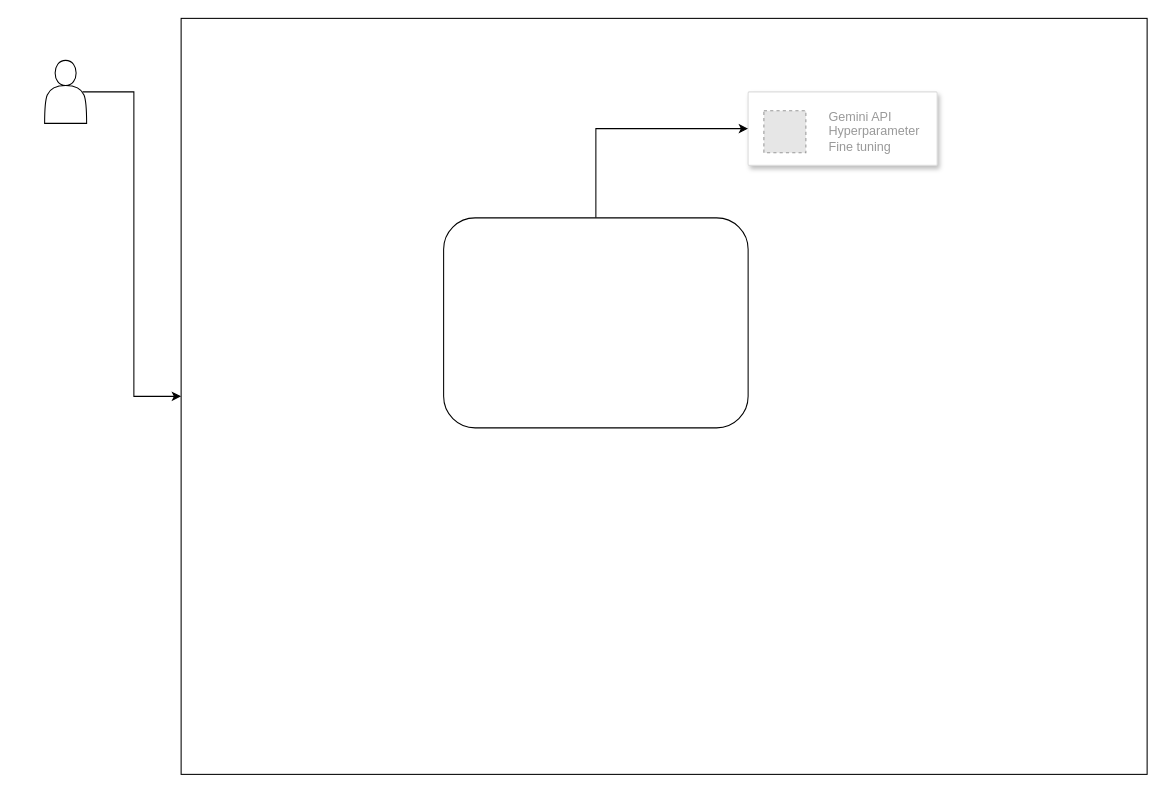
Earlier version of the draw.io diagram Untitled Diagram.drawio (KanishkJagya1/Text-Editor). Source tidied: cells renumbered, new cells numbered last; positions are measured from the earlier drawing's top-left corner, leaving out a move shared by most shapes. Both pictures are drawn from the tidied source at 105%, with x=0, y=0 at pixel (44, 18). Pictures stored in the file or linked from it are replaced by grey dashed boxes.
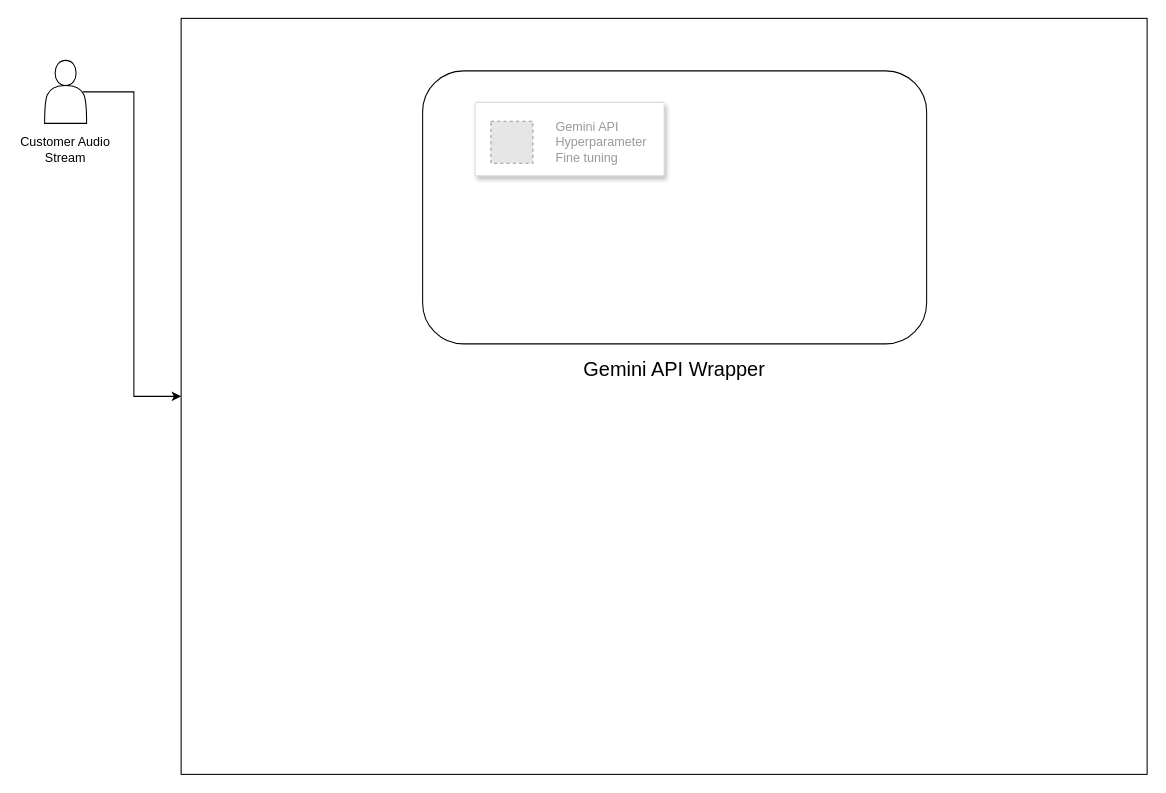
The same diagram, later.

Commit message:
Gemini API wrapper diagram

What changed in the source:
```diff
@@
 <mxGraphModel>
   <root>
     <mxCell id="0" />
     <mxCell id="1" parent="0" />
     <mxCell id="2" style="edgeStyle=orthogonalEdgeStyle;rounded=0;jettySize=auto;html=1;exitX=0.9;exitY=0.5;exitDx=0;exitDy=0;exitPerimeter=0;entryX=0;entryY=0.5;entryDx=0;entryDy=0;" parent="1" edge="1" source="3" target="4">
       <mxGeometry relative="1" as="geometry" />
     </mxCell>
     <mxCell id="3" style="shape=actor;whiteSpace=wrap;html=1;" parent="1" vertex="1">
       <mxGeometry y="40" width="40" height="60" as="geometry" />
     </mxCell>
     <mxCell id="4" style="rounded=0;whiteSpace=wrap;html=1;" parent="1" vertex="1">
       <mxGeometry x="130" width="920" height="720" as="geometry" />
     </mxCell>
-    <mxCell id="5" style="strokeColor=#dddddd;shadow=1;strokeWidth=1;rounded=1;absoluteArcSize=1;arcSize=2;" parent="1" vertex="1">
-      <mxGeometry x="670" y="70" width="180" height="70" as="geometry" />
-    </mxCell>
+    <mxCell id="9" value="Customer Audio Stream" style="text;html=1;align=center;verticalAlign=middle;whiteSpace=wrap;rounded=0;" parent="1" vertex="1">
+      <mxGeometry x="-25" y="110" width="90" height="30" as="geometry" />
+    </mxCell>
+    <mxCell id="10" style="rounded=1;whiteSpace=wrap;html=1;" parent="1" vertex="1">
+      <mxGeometry x="360" y="50" width="480" height="260" as="geometry" />
+    </mxCell>
+    <mxCell id="11" style="strokeColor=#dddddd;shadow=1;strokeWidth=1;rounded=1;absoluteArcSize=1;arcSize=2;" parent="1" vertex="1">
+      <mxGeometry x="410" y="80" width="180" height="70" as="geometry" />
+    </mxCell>
-    <mxCell id="6" value="Gemini API&lt;div&gt;Hyperparameter&lt;/div&gt;&lt;div&gt;Fine tuning&lt;/div&gt;" style="fillColor=#E6E6E6;strokeColor=#999999;dashed=1;html=1;fontColor=#999999;verticalLabelPosition=middle;verticalAlign=middle;labelPosition=right;align=left;spacingLeft=20;" parent="5" vertex="1">
+    <mxCell id="6" value="Gemini API&lt;div&gt;Hyperparameter&lt;/div&gt;&lt;div&gt;Fine tuning&lt;/div&gt;" style="fillColor=#E6E6E6;strokeColor=#999999;dashed=1;html=1;fontColor=#999999;verticalLabelPosition=middle;verticalAlign=middle;labelPosition=right;align=left;spacingLeft=20;" parent="11" vertex="1">
       <mxGeometry width="40" height="40" relative="1" as="geometry">
         <mxPoint x="15" y="18" as="offset" />
       </mxGeometry>
     </mxCell>
-    <mxCell id="7" style="edgeStyle=orthogonalEdgeStyle;rounded=0;jettySize=auto;html=1;exitX=0.5;exitY=0;exitDx=0;exitDy=0;entryX=0;entryY=0.5;entryDx=0;entryDy=0;" parent="1" edge="1" source="8" target="5">
-      <mxGeometry relative="1" as="geometry" />
-    </mxCell>
-    <mxCell id="8" style="rounded=1;whiteSpace=wrap;html=1;" parent="1" vertex="1">
-      <mxGeometry x="380" y="190" width="290" height="200" as="geometry" />
-    </mxCell>
+    <mxCell id="12" value="&lt;font style=&quot;font-size: 19px;&quot;&gt;Gemini API Wrapper&lt;/font&gt;" style="text;html=1;align=center;verticalAlign=middle;whiteSpace=wrap;rounded=0;" parent="1" vertex="1">
+      <mxGeometry x="510" y="320" width="180" height="30" as="geometry" />
+    </mxCell>
   </root>
 </mxGraphModel>
```
